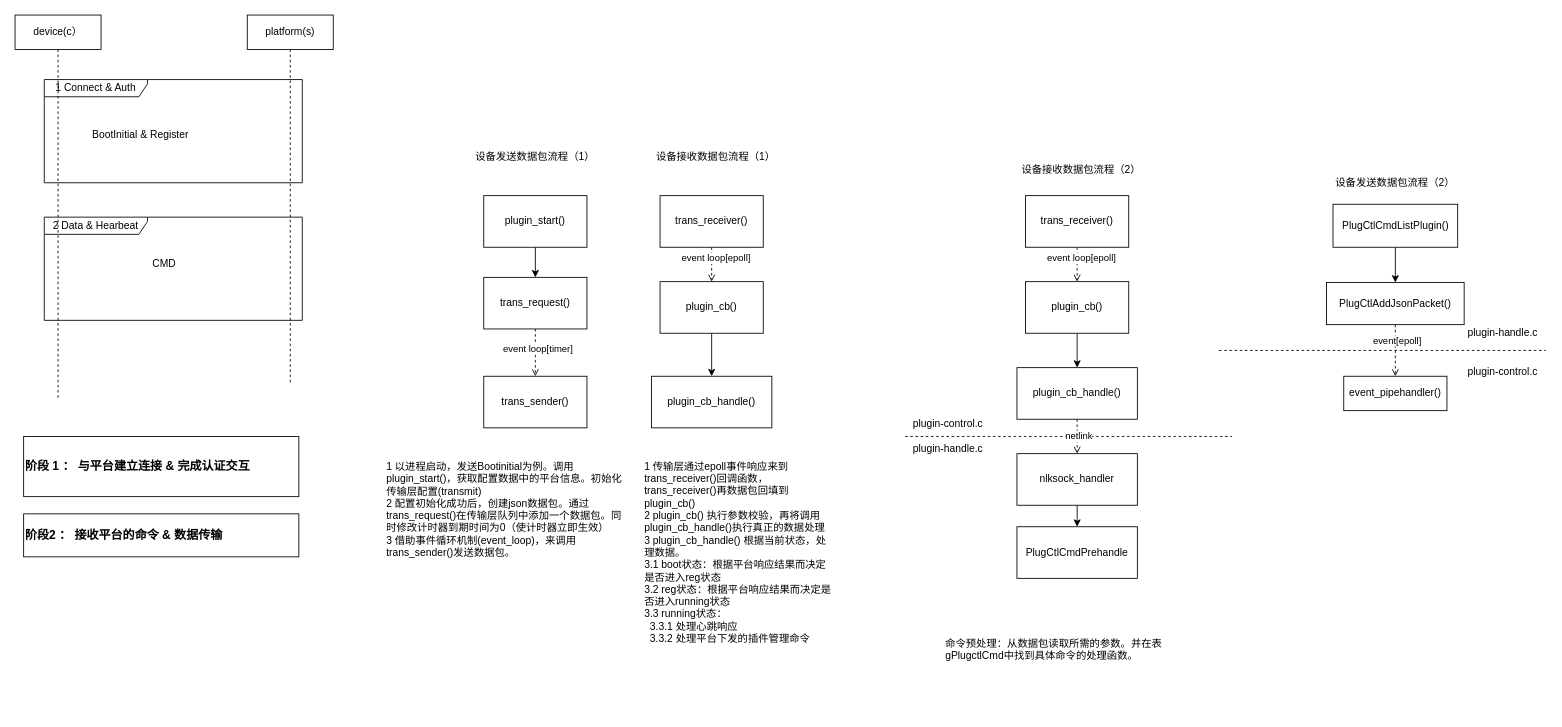
waterwatermelon/graph keeps this draw.io diagram as page "sequence" (2 of 4) of gw-mtk/mobile_manager.drawio. Above is the earlier version. Source tidied: cells renumbered, new cells numbered last; positions are measured from the earlier drawing's top-left corner, leaving out a move shared by most shapes. Both pictures are drawn from the tidied source at 86%, with x=0, y=0 at pixel (15, 15).
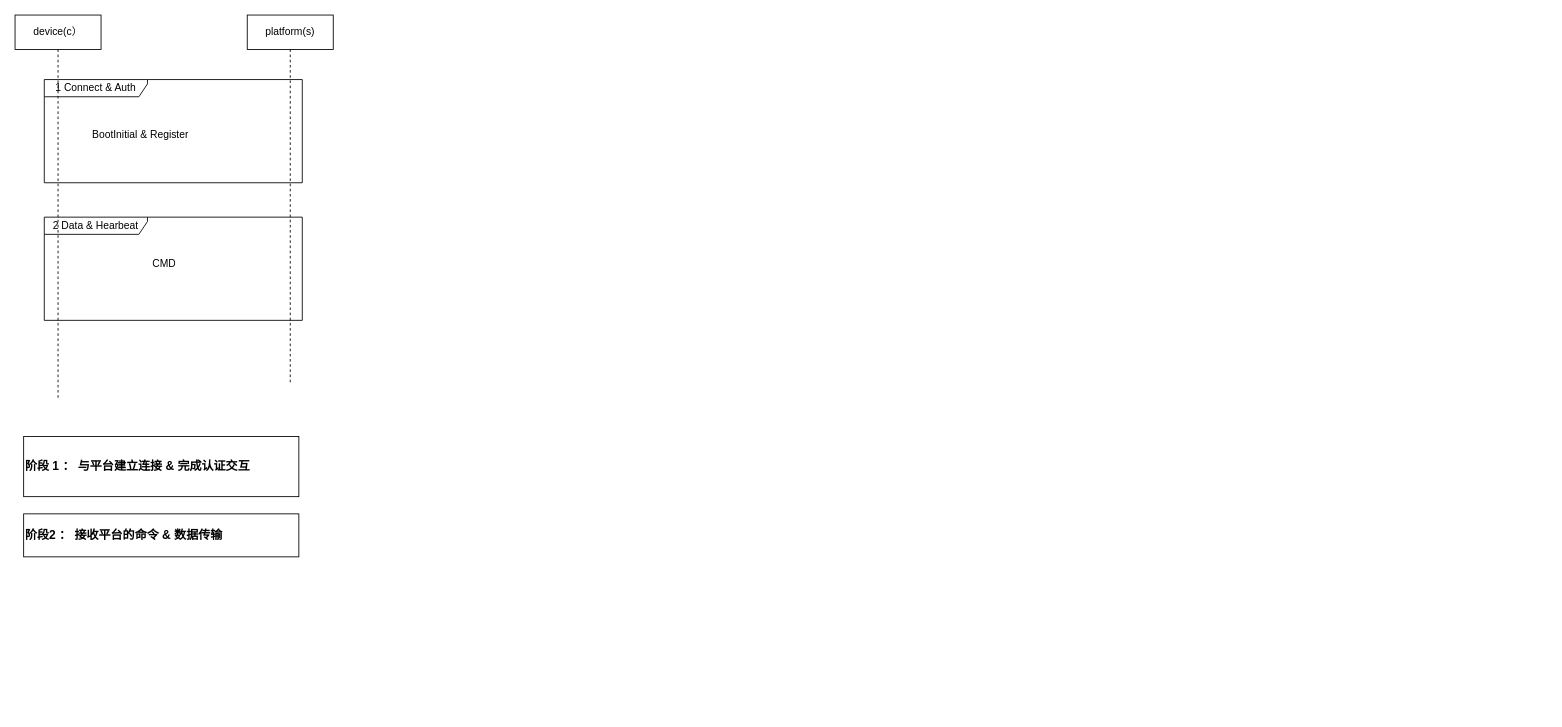
After the change.

Change to the diagram source:
```diff
@@
-    <mxCell id="12" style="edgeStyle=orthogonalEdgeStyle;rounded=0;jettySize=auto;html=1;exitX=0.5;exitY=1;exitDx=0;exitDy=0;entryX=0.5;entryY=0;entryDx=0;entryDy=0;" parent="1" edge="1" source="13" target="16">
-      <mxGeometry relative="1" as="geometry" />
-    </mxCell>
-    <mxCell id="13" value="plugin_start()" style="rounded=0;whiteSpace=wrap;html=1;" parent="1" vertex="1">
-      <mxGeometry x="545" y="210" width="120" height="60" as="geometry" />
-    </mxCell>
-    <mxCell id="14" style="edgeStyle=orthogonalEdgeStyle;rounded=0;jettySize=auto;html=1;exitX=0.5;exitY=1;exitDx=0;exitDy=0;entryX=0.5;entryY=0;entryDx=0;entryDy=0;dashed=1;endArrow=open;endFill=0;" parent="1" edge="1" source="16" target="17">
-      <mxGeometry relative="1" as="geometry" />
-    </mxCell>
-    <mxCell id="15" value="event loop[timer]" style="edgeLabel;html=1;align=center;verticalAlign=middle;" parent="14" vertex="1">
-      <mxGeometry x="-0.2" y="2" relative="1" as="geometry" />
-    </mxCell>
-    <mxCell id="16" value="trans_request()" style="rounded=0;whiteSpace=wrap;html=1;" parent="1" vertex="1">
-      <mxGeometry x="545" y="305" width="120" height="60" as="geometry" />
-    </mxCell>
-    <mxCell id="17" value="trans_sender()" style="rounded=0;whiteSpace=wrap;html=1;" parent="1" vertex="1">
-      <mxGeometry x="545" y="420" width="120" height="60" as="geometry" />
-    </mxCell>
-    <mxCell id="18" style="edgeStyle=orthogonalEdgeStyle;rounded=0;jettySize=auto;html=1;exitX=0.5;exitY=1;exitDx=0;exitDy=0;entryX=0.5;entryY=0;entryDx=0;entryDy=0;dashed=1;endArrow=open;endFill=0;" parent="1" edge="1" source="20" target="22">
-      <mxGeometry relative="1" as="geometry" />
-    </mxCell>
-    <mxCell id="19" value="event loop[epoll]" style="edgeLabel;html=1;align=center;verticalAlign=middle;" parent="18" vertex="1">
-      <mxGeometry x="-0.4" y="4" relative="1" as="geometry" />
-    </mxCell>
-    <mxCell id="20" value="trans_receiver()" style="rounded=0;whiteSpace=wrap;html=1;" parent="1" vertex="1">
-      <mxGeometry x="750" y="210" width="120" height="60" as="geometry" />
-    </mxCell>
-    <mxCell id="21" style="edgeStyle=orthogonalEdgeStyle;rounded=0;jettySize=auto;html=1;exitX=0.5;exitY=1;exitDx=0;exitDy=0;entryX=0.5;entryY=0;entryDx=0;entryDy=0;" parent="1" edge="1" source="22" target="23">
-      <mxGeometry relative="1" as="geometry" />
-    </mxCell>
-    <mxCell id="22" value="plugin_cb()" style="rounded=0;whiteSpace=wrap;html=1;" parent="1" vertex="1">
-      <mxGeometry x="750" y="310" width="120" height="60" as="geometry" />
-    </mxCell>
-    <mxCell id="23" value="&lt;div style=&quot;line-height: 19px;&quot;&gt;&lt;font style=&quot;font-size: 12px;&quot;&gt;plugin_cb_handle()&lt;/font&gt;&lt;/div&gt;" style="rounded=0;whiteSpace=wrap;html=1;" parent="1" vertex="1">
-      <mxGeometry x="740" y="420" width="140" height="60" as="geometry" />
-    </mxCell>
-    <mxCell id="24" value="设备发送数据包流程（1）" style="text;html=1;strokeColor=none;fillColor=none;align=center;verticalAlign=middle;whiteSpace=wrap;rounded=0;" parent="1" vertex="1">
-      <mxGeometry x="530" y="150" width="150" height="30" as="geometry" />
-    </mxCell>
-    <mxCell id="25" value="设备接收数据包流程（1）" style="text;html=1;strokeColor=none;fillColor=none;align=center;verticalAlign=middle;whiteSpace=wrap;rounded=0;" parent="1" vertex="1">
-      <mxGeometry x="740" y="150" width="150" height="30" as="geometry" />
-    </mxCell>
-    <mxCell id="26" value="1 以进程启动，发送Bootinitial为例。调用plugin_start()，获取配置数据中的平台信息。初始化传输层配置(transmit)&lt;br&gt;2 配置初始化成功后，创建json数据包。通过trans_request()在传输层队列中添加一个数据包。同时修改计时器到期时间为0（使计时器立即生效）&lt;br&gt;3 借助事件循环机制(event_loop)，来调用trans_sender()发送数据包。" style="text;html=1;strokeColor=none;fillColor=none;align=left;verticalAlign=middle;whiteSpace=wrap;rounded=0;" parent="1" vertex="1">
-      <mxGeometry x="430" y="500" width="280" height="150" as="geometry" />
-    </mxCell>
-    <mxCell id="27" value="1 传输层通过epoll事件响应来到trans_receiver()回调函数，trans_receiver()再数据包回填到plugin_cb()&lt;br&gt;2 plugin_cb() 执行参数校验，再将调用plugin_cb_handle()执行真正的数据处理&lt;br&gt;3 plugin_cb_handle() 根据当前状态，处理数据。&lt;br&gt;3.1 boot状态：根据平台响应结果而决定是否进入reg状态&lt;br&gt;3.2 reg状态：根据平台响应结果而决定是否进入running状态&lt;br&gt;3.3 running状态：&lt;br&gt;&amp;nbsp; 3.3.1 处理心跳响应&lt;br&gt;&amp;nbsp; 3.3.2 处理平台下发的插件管理命令" style="text;html=1;strokeColor=none;fillColor=none;align=left;verticalAlign=middle;whiteSpace=wrap;rounded=0;" parent="1" vertex="1">
-      <mxGeometry x="730" y="500" width="220" height="250" as="geometry" />
-    </mxCell>
-    <mxCell id="28" style="edgeStyle=orthogonalEdgeStyle;rounded=0;jettySize=auto;html=1;exitX=0.5;exitY=1;exitDx=0;exitDy=0;entryX=0.5;entryY=0;entryDx=0;entryDy=0;dashed=1;endArrow=open;endFill=0;" parent="1" edge="1" source="30" target="32">
-      <mxGeometry relative="1" as="geometry" />
-    </mxCell>
-    <mxCell id="29" value="event loop[epoll]" style="edgeLabel;html=1;align=center;verticalAlign=middle;" parent="28" vertex="1">
-      <mxGeometry x="-0.4" y="4" relative="1" as="geometry" />
-    </mxCell>
-    <mxCell id="30" value="trans_receiver()" style="rounded=0;whiteSpace=wrap;html=1;" parent="1" vertex="1">
-      <mxGeometry x="1175" y="210" width="120" height="60" as="geometry" />
-    </mxCell>
-    <mxCell id="31" style="edgeStyle=orthogonalEdgeStyle;rounded=0;jettySize=auto;html=1;exitX=0.5;exitY=1;exitDx=0;exitDy=0;entryX=0.5;entryY=0;entryDx=0;entryDy=0;" parent="1" edge="1" source="32" target="33">
-      <mxGeometry relative="1" as="geometry" />
-    </mxCell>
-    <mxCell id="32" value="plugin_cb()" style="rounded=0;whiteSpace=wrap;html=1;" parent="1" vertex="1">
-      <mxGeometry x="1175" y="310" width="120" height="60" as="geometry" />
-    </mxCell>
-    <mxCell id="33" value="&lt;div style=&quot;line-height: 19px;&quot;&gt;&lt;font style=&quot;font-size: 12px;&quot;&gt;plugin_cb_handle()&lt;/font&gt;&lt;/div&gt;" style="rounded=0;whiteSpace=wrap;html=1;" parent="1" vertex="1">
-      <mxGeometry x="1165" y="410" width="140" height="60" as="geometry" />
-    </mxCell>
-    <mxCell id="34" value="设备接收数据包流程（2）" style="text;html=1;strokeColor=none;fillColor=none;align=center;verticalAlign=middle;whiteSpace=wrap;rounded=0;" parent="1" vertex="1">
-      <mxGeometry x="1165" y="165" width="150" height="30" as="geometry" />
-    </mxCell>
-    <mxCell id="35" style="endArrow=none;dashed=1;html=1;rounded=0;" parent="1" edge="1">
-      <mxGeometry relative="1" as="geometry">
-        <mxPoint x="1035" y="490" as="sourcePoint" />
-        <mxPoint x="1415" y="490" as="targetPoint" />
-      </mxGeometry>
-    </mxCell>
-    <mxCell id="36" style="edgeStyle=orthogonalEdgeStyle;rounded=0;jettySize=auto;html=1;exitX=0.5;exitY=1;exitDx=0;exitDy=0;entryX=0.5;entryY=0;entryDx=0;entryDy=0;" parent="1" edge="1" source="37" target="40">
-      <mxGeometry relative="1" as="geometry" />
-    </mxCell>
-    <mxCell id="37" value="&lt;div style=&quot;line-height: 19px;&quot;&gt;nlksock_handler&lt;/div&gt;" style="rounded=0;whiteSpace=wrap;html=1;" parent="1" vertex="1">
-      <mxGeometry x="1165" y="510" width="140" height="60" as="geometry" />
-    </mxCell>
-    <mxCell id="38" style="edgeStyle=orthogonalEdgeStyle;rounded=0;jettySize=auto;html=1;entryX=0.5;entryY=0;entryDx=0;entryDy=0;dashed=1;endArrow=open;endFill=0;exitX=0.5;exitY=1;exitDx=0;exitDy=0;exitPerimeter=0;" parent="1" edge="1" source="33" target="37">
-      <mxGeometry relative="1" as="geometry" />
-    </mxCell>
-    <mxCell id="39" value="netlink" style="edgeLabel;html=1;align=center;verticalAlign=middle;" parent="38" vertex="1">
-      <mxGeometry x="-0.2" y="2" relative="1" as="geometry">
-        <mxPoint x="-1" y="3" as="offset" />
-      </mxGeometry>
-    </mxCell>
-    <mxCell id="40" value="&lt;div style=&quot;line-height: 19px;&quot;&gt;PlugCtlCmdPrehandle&lt;/div&gt;" style="rounded=0;whiteSpace=wrap;html=1;" parent="1" vertex="1">
-      <mxGeometry x="1165" y="595" width="140" height="60" as="geometry" />
-    </mxCell>
-    <mxCell id="41" value="命令预处理：从数据包读取所需的参数。并在表gPlugctlCmd中找到具体命令的处理函数。&lt;br&gt;&lt;br&gt;" style="text;html=1;strokeColor=none;fillColor=none;align=left;verticalAlign=middle;whiteSpace=wrap;rounded=0;" parent="1" vertex="1">
-      <mxGeometry x="1080" y="680" width="290" height="130" as="geometry" />
-    </mxCell>
-    <mxCell id="42" value="plugin-control.c" style="text;html=1;strokeColor=none;fillColor=none;align=center;verticalAlign=middle;whiteSpace=wrap;rounded=0;" parent="1" vertex="1">
-      <mxGeometry x="1035" y="460" width="100" height="30" as="geometry" />
-    </mxCell>
-    <mxCell id="43" value="plugin-handle.c" style="text;html=1;strokeColor=none;fillColor=none;align=center;verticalAlign=middle;whiteSpace=wrap;rounded=0;" parent="1" vertex="1">
-      <mxGeometry x="1035" y="490" width="100" height="30" as="geometry" />
-    </mxCell>
-    <mxCell id="44" style="edgeStyle=orthogonalEdgeStyle;rounded=0;jettySize=auto;html=1;exitX=0.5;exitY=1;exitDx=0;exitDy=0;entryX=0.5;entryY=0;entryDx=0;entryDy=0;" parent="1" edge="1" source="45" target="48">
-      <mxGeometry relative="1" as="geometry" />
-    </mxCell>
-    <mxCell id="45" value="PlugCtlCmdListPlugin()" style="rounded=0;whiteSpace=wrap;html=1;" parent="1" vertex="1">
-      <mxGeometry x="1532.5" y="220" width="145" height="50" as="geometry" />
-    </mxCell>
-    <mxCell id="46" style="edgeStyle=orthogonalEdgeStyle;rounded=0;jettySize=auto;html=1;exitX=0.5;exitY=1;exitDx=0;exitDy=0;entryX=0.5;entryY=0;entryDx=0;entryDy=0;dashed=1;endArrow=open;endFill=0;" parent="1" edge="1" source="48" target="49">
-      <mxGeometry relative="1" as="geometry" />
-    </mxCell>
-    <mxCell id="47" value="event[epoll]" style="edgeLabel;html=1;align=center;verticalAlign=middle;" parent="46" vertex="1">
-      <mxGeometry x="-0.41" y="1" relative="1" as="geometry" />
-    </mxCell>
-    <mxCell id="48" value="PlugCtlAddJsonPacket()" style="rounded=0;whiteSpace=wrap;html=1;" parent="1" vertex="1">
-      <mxGeometry x="1525" y="311" width="160" height="49" as="geometry" />
-    </mxCell>
-    <mxCell id="49" value="event_pipehandler()" style="rounded=0;whiteSpace=wrap;html=1;" parent="1" vertex="1">
-      <mxGeometry x="1545" y="420" width="120" height="40" as="geometry" />
-    </mxCell>
-    <mxCell id="50" value="设备发送数据包流程（2）" style="text;html=1;strokeColor=none;fillColor=none;align=center;verticalAlign=middle;whiteSpace=wrap;rounded=0;" parent="1" vertex="1">
-      <mxGeometry x="1530" y="180" width="150" height="30" as="geometry" />
-    </mxCell>
-    <mxCell id="51" style="endArrow=none;dashed=1;html=1;rounded=0;" parent="1" edge="1">
-      <mxGeometry relative="1" as="geometry">
-        <mxPoint x="1400" y="390" as="sourcePoint" />
-        <mxPoint x="1780" y="390" as="targetPoint" />
-      </mxGeometry>
-    </mxCell>
-    <mxCell id="52" value="plugin-control.c" style="text;html=1;strokeColor=none;fillColor=none;align=center;verticalAlign=middle;whiteSpace=wrap;rounded=0;" parent="1" vertex="1">
-      <mxGeometry x="1680" y="400" width="100" height="30" as="geometry" />
-    </mxCell>
-    <mxCell id="53" value="plugin-handle.c" style="text;html=1;strokeColor=none;fillColor=none;align=center;verticalAlign=middle;whiteSpace=wrap;rounded=0;" parent="1" vertex="1">
-      <mxGeometry x="1680" y="355" width="100" height="30" as="geometry" />
-    </mxCell>
```
